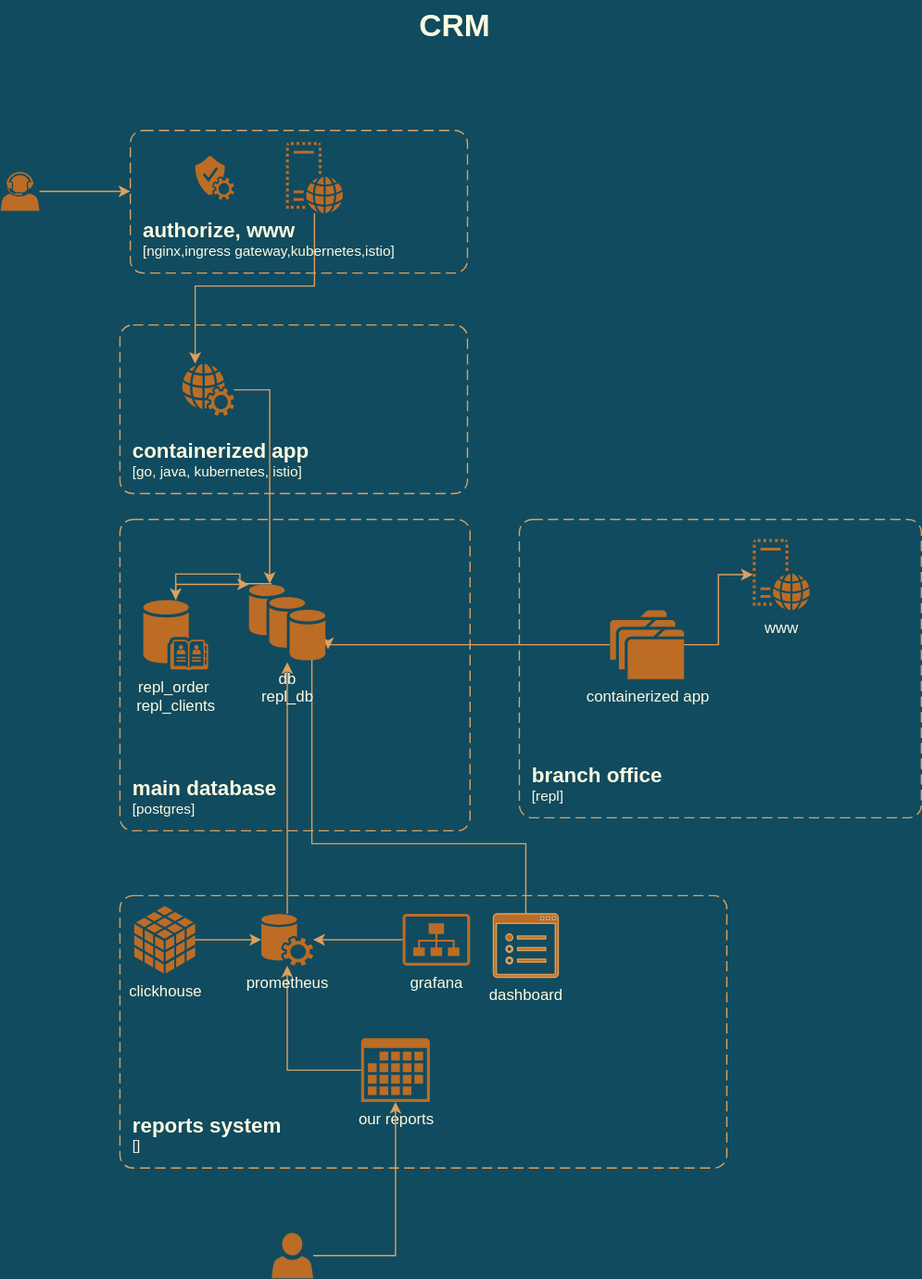
The draw.io diagram arch_schem.svg in theotheo46/gb, before a commit. Source tidied: cells renumbered, new cells last; positions are measured from the earlier drawing's top-left corner, leaving out a move shared by most shapes.
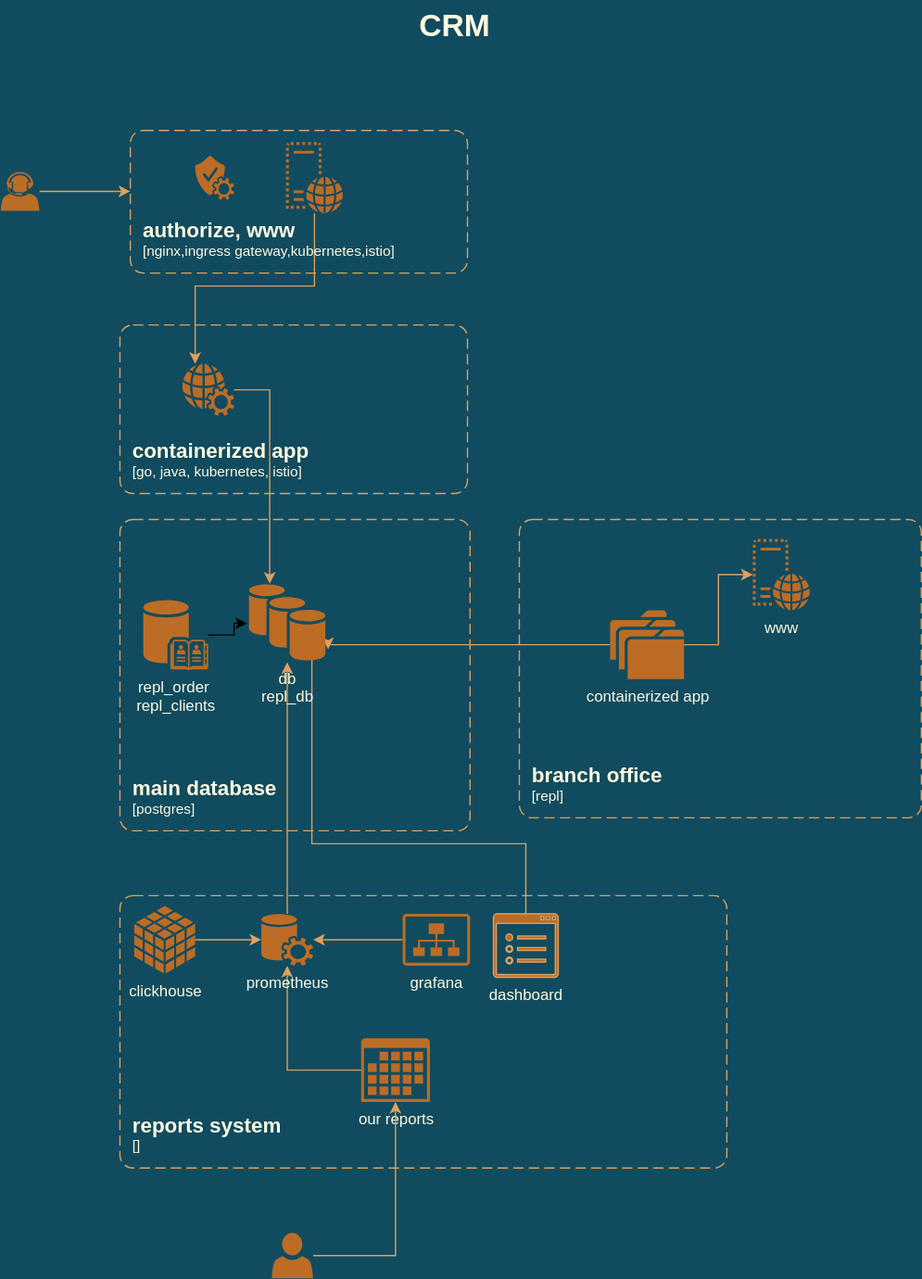
The same file after the commit.

Commit message:
IDEF0 Init

What changed in the source:
```diff
@@ -2,11 +2,6 @@
   <root>
     <mxCell id="0" />
     <mxCell id="1" parent="0" />
-    <mxCell id="2" style="edgeStyle=orthogonalEdgeStyle;rounded=0;jettySize=auto;html=1;labelBackgroundColor=#283618;strokeColor=#DDA15E;fontColor=#FEFAE0;" parent="1" edge="1" target="11">
-      <mxGeometry relative="1" as="geometry">
-        <mxPoint x="209" y="449.5" as="sourcePoint" />
-      </mxGeometry>
-    </mxCell>
     <mxCell id="3" style="edgeStyle=orthogonalEdgeStyle;rounded=0;jettySize=auto;html=1;strokeColor=#DDA15E;fontColor=#FEFAE0;fillColor=#BC6C25;" parent="1" edge="1" source="4" target="29">
       <mxGeometry relative="1" as="geometry" />
     </mxCell>
@@ -32,14 +27,11 @@
     <mxCell id="9" value="containerized app" style="sketch=0;shadow=0;dashed=0;html=1;strokeColor=none;fillColor=#BC6C25;labelPosition=center;verticalLabelPosition=bottom;verticalAlign=top;outlineConnect=0;align=center;shape=mxgraph.office.concepts.folders;fontColor=#FEFAE0;" parent="1" vertex="1">
       <mxGeometry x="470" y="470" width="57" height="53" as="geometry" />
     </mxCell>
-    <mxCell id="10" style="edgeStyle=orthogonalEdgeStyle;rounded=0;jettySize=auto;html=1;strokeColor=#DDA15E;fontColor=#FEFAE0;fillColor=#BC6C25;labelBackgroundColor=#283618;" parent="1" edge="1" source="11" target="34">
-      <mxGeometry relative="1" as="geometry">
-        <Array as="points">
-          <mxPoint x="170" y="450" />
-          <mxPoint x="294" y="450" />
-        </Array>
-      </mxGeometry>
-    </mxCell>
+    <mxCell id="35" style="edgeStyle=orthogonalEdgeStyle;rounded=0;jettySize=auto;html=1;" parent="1" edge="1" source="11">
+      <mxGeometry relative="1" as="geometry">
+        <mxPoint x="190" y="480" as="targetPoint" />
+      </mxGeometry>
+    </mxCell>
     <mxCell id="11" value="repl_order&amp;nbsp;&lt;br&gt;repl_clients" style="sketch=0;shadow=0;dashed=0;html=1;strokeColor=none;fillColor=#BC6C25;labelPosition=center;verticalLabelPosition=bottom;verticalAlign=top;outlineConnect=0;align=center;shape=mxgraph.office.databases.address_book_store;fontColor=#FEFAE0;" parent="1" vertex="1">
       <mxGeometry x="110" y="462" width="50" height="54" as="geometry" />
     </mxCell>
```
